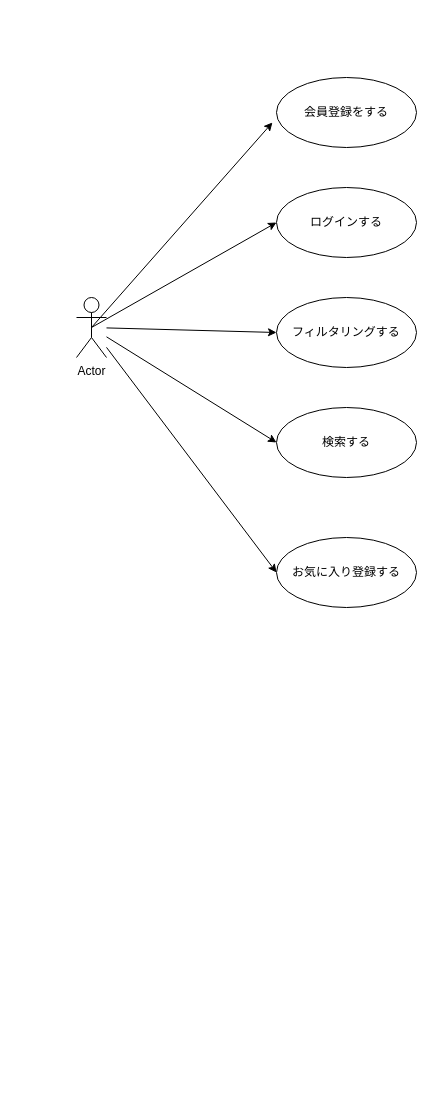
sunfish256/nakajimap keeps this draw.io diagram as docs/design/usecase.drawio. Above is the earlier version. Source tidied: cells renumbered, new cells numbered last; positions are measured from the earlier drawing's top-left corner, leaving out a move shared by most shapes. Both pictures are drawn from the tidied source at 100%, with x=0, y=0 at pixel (76, 77).
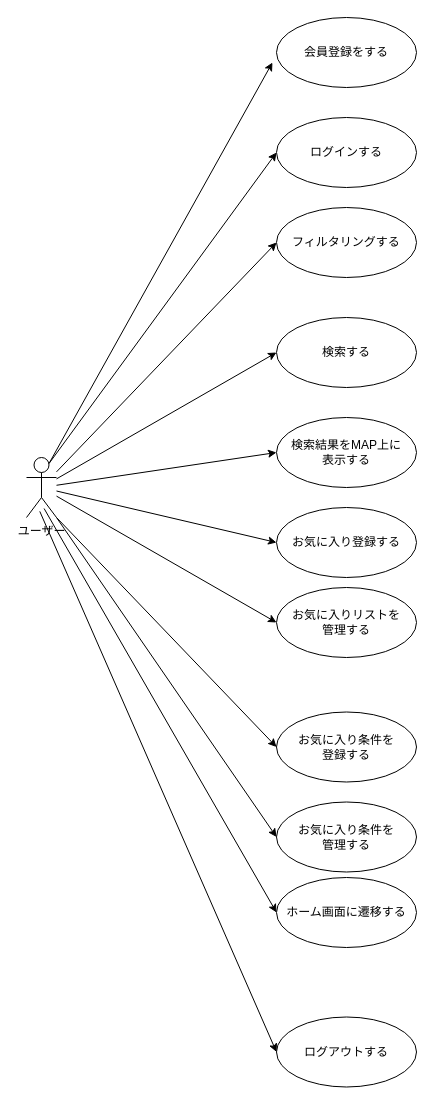
Above is the later version.

Commit message (it also covers changes not shown here):
ユースケース図の更新/機能一覧の追加

Diff of the diagram source:
```diff
@@
-    <mxCell id="2" style="edgeStyle=none;html=1;exitX=0.5;exitY=0.5;exitDx=0;exitDy=0;exitPerimeter=0;entryX=-0.029;entryY=0.643;entryDx=0;entryDy=0;entryPerimeter=0;" parent="1" edge="1" source="7" target="8">
+    <mxCell id="2" style="edgeStyle=none;html=1;exitX=0.75;exitY=0.1;exitDx=0;exitDy=0;exitPerimeter=0;entryX=-0.029;entryY=0.643;entryDx=0;entryDy=0;entryPerimeter=0;" parent="1" edge="1" source="7" target="8">
       <mxGeometry relative="1" as="geometry" />
     </mxCell>
-    <mxCell id="3" style="edgeStyle=none;html=1;exitX=0.5;exitY=0.5;exitDx=0;exitDy=0;exitPerimeter=0;entryX=0;entryY=0.5;entryDx=0;entryDy=0;" parent="1" edge="1" source="7" target="9">
+    <mxCell id="3" style="edgeStyle=none;html=1;exitX=0.75;exitY=0.1;exitDx=0;exitDy=0;exitPerimeter=0;entryX=0;entryY=0.5;entryDx=0;entryDy=0;" parent="1" edge="1" source="7" target="9">
       <mxGeometry relative="1" as="geometry" />
     </mxCell>
@@
-    <mxCell id="7" value="Actor" style="shape=umlActor;verticalLabelPosition=bottom;verticalAlign=top;html=1;" parent="1" vertex="1">
-      <mxGeometry y="220" width="30" height="60" as="geometry" />
+    <mxCell id="7" value="ユーザー" style="shape=umlActor;verticalLabelPosition=bottom;verticalAlign=top;html=1;" parent="1" vertex="1">
+      <mxGeometry x="-50" y="380" width="30" height="60" as="geometry" />
     </mxCell>
     <mxCell id="8" value="会員登録をする" style="ellipse;whiteSpace=wrap;html=1;" parent="1" vertex="1">
-      <mxGeometry x="200" width="140" height="70" as="geometry" />
+      <mxGeometry x="200" y="-60" width="140" height="70" as="geometry" />
     </mxCell>
     <mxCell id="9" value="ログインする" style="ellipse;whiteSpace=wrap;html=1;" parent="1" vertex="1">
-      <mxGeometry x="200" y="110" width="140" height="70" as="geometry" />
+      <mxGeometry x="200" y="40" width="140" height="70" as="geometry" />
     </mxCell>
     <mxCell id="10" value="フィルタリングする" style="ellipse;whiteSpace=wrap;html=1;" parent="1" vertex="1">
-      <mxGeometry x="200" y="220" width="140" height="70" as="geometry" />
+      <mxGeometry x="200" y="130" width="140" height="70" as="geometry" />
     </mxCell>
     <mxCell id="11" value="検索する" style="ellipse;whiteSpace=wrap;html=1;" parent="1" vertex="1">
-      <mxGeometry x="200" y="330" width="140" height="70" as="geometry" />
+      <mxGeometry x="200" y="240" width="140" height="70" as="geometry" />
     </mxCell>
     <mxCell id="12" value="お気に入り登録する" style="ellipse;whiteSpace=wrap;html=1;" parent="1" vertex="1">
-      <mxGeometry x="200" y="460" width="140" height="70" as="geometry" />
+      <mxGeometry x="200" y="430" width="140" height="70" as="geometry" />
     </mxCell>
+    <mxCell id="13" value="ログアウトする" style="ellipse;whiteSpace=wrap;html=1;" parent="1" vertex="1">
+      <mxGeometry x="200" y="939.5" width="140" height="70" as="geometry" />
+    </mxCell>
+    <mxCell id="14" style="edgeStyle=none;html=1;entryX=0;entryY=0.5;entryDx=0;entryDy=0;exitX=0.443;exitY=0.898;exitDx=0;exitDy=0;exitPerimeter=0;" parent="1" edge="1" source="7" target="13">
+      <mxGeometry relative="1" as="geometry" />
+    </mxCell>
+    <mxCell id="15" value="お気に入りリストを&lt;br&gt;管理する" style="ellipse;whiteSpace=wrap;html=1;" parent="1" vertex="1">
+      <mxGeometry x="200" y="510" width="140" height="70" as="geometry" />
+    </mxCell>
+    <mxCell id="16" style="edgeStyle=none;html=1;entryX=0;entryY=0.5;entryDx=0;entryDy=0;" parent="1" edge="1" source="7" target="15">
+      <mxGeometry relative="1" as="geometry" />
+    </mxCell>
+    <mxCell id="17" value="お気に入り条件を&lt;br&gt;登録する" style="ellipse;whiteSpace=wrap;html=1;" parent="1" vertex="1">
+      <mxGeometry x="200" y="634.5" width="140" height="70" as="geometry" />
+    </mxCell>
+    <mxCell id="18" style="edgeStyle=none;html=1;entryX=0;entryY=0.5;entryDx=0;entryDy=0;exitX=1;exitY=1;exitDx=0;exitDy=0;exitPerimeter=0;" parent="1" edge="1" source="7" target="17">
+      <mxGeometry relative="1" as="geometry" />
+    </mxCell>
+    <mxCell id="19" value="お気に入り条件を&lt;br&gt;管理する" style="ellipse;whiteSpace=wrap;html=1;" parent="1" vertex="1">
+      <mxGeometry x="200" y="724.5" width="140" height="70" as="geometry" />
+    </mxCell>
+    <mxCell id="20" style="edgeStyle=none;html=1;entryX=0;entryY=0.5;entryDx=0;entryDy=0;exitX=1;exitY=1;exitDx=0;exitDy=0;exitPerimeter=0;" parent="1" edge="1" source="7" target="19">
+      <mxGeometry relative="1" as="geometry" />
+    </mxCell>
+    <mxCell id="21" value="ホーム画面に遷移する" style="ellipse;whiteSpace=wrap;html=1;" parent="1" vertex="1">
+      <mxGeometry x="200" y="800" width="140" height="70" as="geometry" />
+    </mxCell>
+    <mxCell id="22" style="edgeStyle=none;html=1;entryX=0;entryY=0.5;entryDx=0;entryDy=0;exitX=0.586;exitY=0.85;exitDx=0;exitDy=0;exitPerimeter=0;" parent="1" edge="1" source="7" target="21">
+      <mxGeometry relative="1" as="geometry" />
+    </mxCell>
+    <mxCell id="23" value="検索結果をMAP上に&lt;br&gt;表示する" style="ellipse;whiteSpace=wrap;html=1;" parent="1" vertex="1">
+      <mxGeometry x="200" y="340" width="140" height="70" as="geometry" />
+    </mxCell>
+    <mxCell id="24" style="edgeStyle=none;html=1;entryX=0;entryY=0.5;entryDx=0;entryDy=0;" parent="1" edge="1" source="7" target="23">
+      <mxGeometry relative="1" as="geometry" />
+    </mxCell>
```
